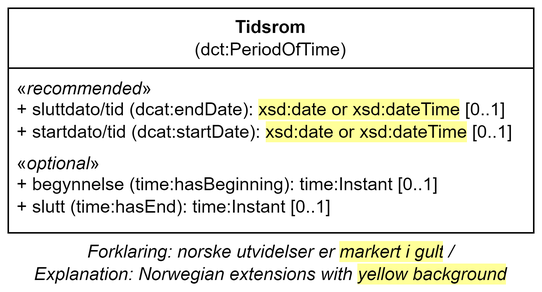
This is docs/images/Klassen-Tidsrom.png from Informasjonsforvaltning/dcat-ap-no, a draw.io export, as it was before one commit. Source tidied: cells renumbered, new cells last; positions are measured from the earlier drawing's top-left corner, leaving out a move shared by most shapes.
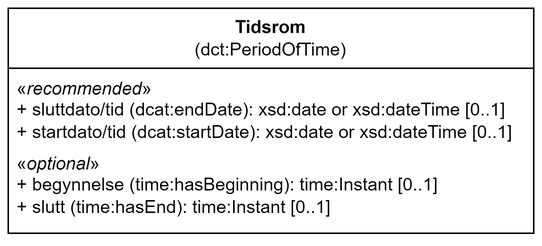
The same diagram one commit later.

Change to the diagram source:
```diff
@@ -5,14 +5,11 @@
     <mxCell id="2" value="&lt;span style=&quot;background-color: initial;&quot;&gt;Tidsrom&lt;br&gt;&lt;/span&gt;&lt;span style=&quot;background-color: initial;&quot;&gt;&lt;span style=&quot;font-weight: normal;&quot;&gt;(dct:PeriodOfTime)&lt;/span&gt;&lt;/span&gt;" style="swimlane;whiteSpace=wrap;html=1;startSize=40;" parent="1" vertex="1">
       <mxGeometry width="350" height="150" as="geometry" />
     </mxCell>
-    <mxCell id="3" value="&lt;div&gt;«&lt;i&gt;recommended&lt;/i&gt;»&lt;/div&gt;&lt;div&gt;&lt;div&gt;&lt;div&gt;+ sluttdato/tid (dcat:endDate): &lt;span style=&quot;background-color: rgb(255, 255, 153);&quot;&gt;xsd:date or xsd:dateTime&lt;/span&gt; [0..1]&lt;/div&gt;&lt;div&gt;+ startdato/tid (dcat:startDate): &lt;span style=&quot;background-color: rgb(255, 255, 153);&quot;&gt;xsd:date or xsd:dateTime&lt;/span&gt; [0..1]&lt;/div&gt;&lt;/div&gt;&lt;/div&gt;" style="text;strokeColor=none;fillColor=none;align=left;verticalAlign=top;spacingLeft=4;spacingRight=4;overflow=hidden;whiteSpace=wrap;html=1;" parent="2" vertex="1">
+    <mxCell id="3" value="&lt;div&gt;«&lt;i&gt;recommended&lt;/i&gt;»&lt;/div&gt;&lt;div&gt;&lt;div&gt;&lt;div&gt;+ sluttdato/tid (dcat:endDate): xsd:date or xsd:dateTime [0..1]&lt;/div&gt;&lt;div&gt;+ startdato/tid (dcat:startDate): xsd:date or xsd:dateTime [0..1]&lt;/div&gt;&lt;/div&gt;&lt;/div&gt;" style="text;strokeColor=none;fillColor=none;align=left;verticalAlign=top;spacingLeft=4;spacingRight=4;overflow=hidden;whiteSpace=wrap;html=1;" parent="2" vertex="1">
       <mxGeometry y="40" width="350" height="60" as="geometry" />
     </mxCell>
     <mxCell id="4" value="&lt;div&gt;«&lt;i&gt;optional&lt;/i&gt;»&lt;/div&gt;&lt;div&gt;+ begynnelse (time:hasBeginning): time:Instant [0..1]&lt;/div&gt;&lt;div&gt;+ slutt (time:hasEnd): time:Instant [0..1]&lt;/div&gt;" style="text;strokeColor=none;fillColor=none;align=left;verticalAlign=top;spacingLeft=4;spacingRight=4;overflow=hidden;whiteSpace=wrap;html=1;" parent="2" vertex="1">
       <mxGeometry y="90" width="350" height="60" as="geometry" />
     </mxCell>
-    <mxCell id="5" value="Forklaring: norske utvidelser er&amp;nbsp;&lt;span style=&quot;background-color: rgb(255, 255, 153);&quot;&gt;markert i gult&lt;/span&gt;&lt;span style=&quot;background-color: rgb(255 , 255 , 255)&quot;&gt;&amp;nbsp;/ &lt;br&gt;&lt;/span&gt;Explanation:&amp;nbsp;&lt;span style=&quot;background-color: rgb(255 , 255 , 255)&quot;&gt;Norwegian extensions with &lt;/span&gt;&lt;span style=&quot;background-color: rgb(255, 255, 153);&quot;&gt;yellow background&lt;/span&gt;" style="text;html=1;strokeColor=none;fillColor=none;align=center;verticalAlign=middle;whiteSpace=wrap;rounded=0;fontStyle=2;" parent="1" vertex="1">
-      <mxGeometry y="160" width="350" height="20" as="geometry" />
-    </mxCell>
   </root>
 </mxGraphModel>
```
